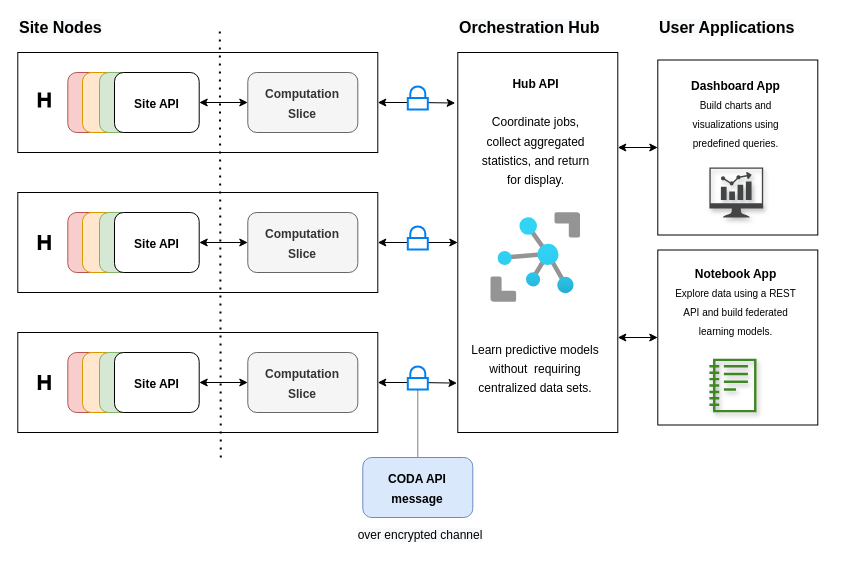
Before: drawio/data-aggregation.drawio in coda-platform/charts-and-figures, a draw.io diagram. Source tidied: cells renumbered, new cells numbered last; positions are measured from the earlier drawing's top-left corner, leaving out a move shared by most shapes. Both pictures are drawn from the tidied source at 100%, with x=0, y=0 at pixel (17, 17).
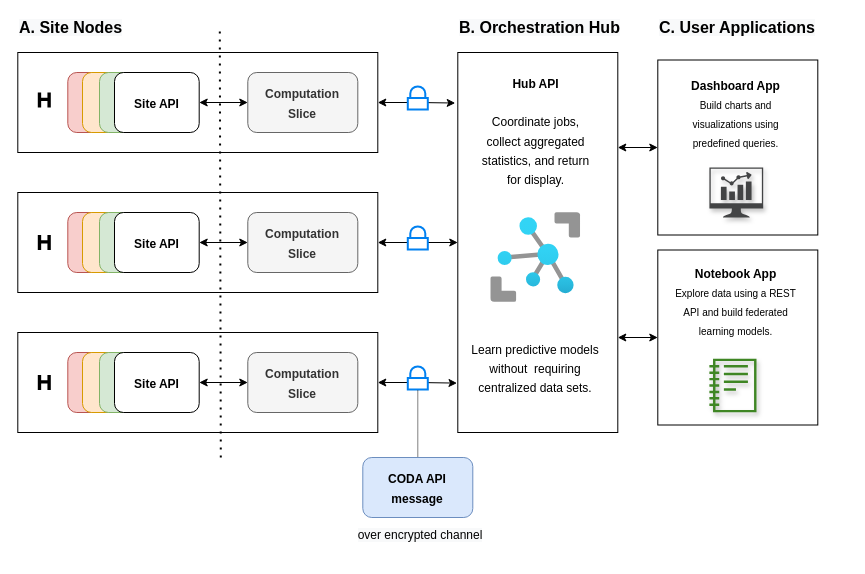
The same diagram, later.

The edit, as a diff of the source:
```diff
@@
-    <mxCell id="23" value="&lt;b style=&quot;color: rgb(0 , 0 , 0) ; font-family: &amp;#34;helvetica&amp;#34; ; font-size: 16px ; font-style: normal ; letter-spacing: normal ; text-indent: 0px ; text-transform: none ; word-spacing: 0px ; background-color: rgb(248 , 249 , 250)&quot;&gt;Orchestration Hub&lt;/b&gt;" style="text;html=1;strokeColor=none;fillColor=none;align=left;verticalAlign=middle;whiteSpace=wrap;rounded=0;fontSize=16;" parent="1" vertex="1">
+    <mxCell id="23" value="&lt;b style=&quot;color: rgb(0 , 0 , 0) ; font-family: &amp;quot;helvetica&amp;quot; ; font-size: 16px ; font-style: normal ; letter-spacing: normal ; text-indent: 0px ; text-transform: none ; word-spacing: 0px ; background-color: rgb(248 , 249 , 250)&quot;&gt;B. Orchestration Hub&lt;/b&gt;" style="text;html=1;strokeColor=none;fillColor=none;align=left;verticalAlign=middle;whiteSpace=wrap;rounded=0;fontSize=16;" parent="1" vertex="1">
       <mxGeometry x="440.3" width="190" height="20" as="geometry" />
     </mxCell>
@@
-    <mxCell id="37" value="&lt;b style=&quot;color: rgb(0 , 0 , 0) ; font-family: &amp;quot;helvetica&amp;quot; ; font-size: 16px ; font-style: normal ; letter-spacing: normal ; text-indent: 0px ; text-transform: none ; word-spacing: 0px ; background-color: rgb(248 , 249 , 250)&quot;&gt;User Applications&lt;/b&gt;" style="text;html=1;strokeColor=none;fillColor=none;align=left;verticalAlign=middle;whiteSpace=wrap;rounded=0;fontSize=16;" parent="1" vertex="1">
+    <mxCell id="37" value="&lt;b style=&quot;color: rgb(0 , 0 , 0) ; font-family: &amp;quot;helvetica&amp;quot; ; font-size: 16px ; font-style: normal ; letter-spacing: normal ; text-indent: 0px ; text-transform: none ; word-spacing: 0px ; background-color: rgb(248 , 249 , 250)&quot;&gt;C. User Applications&lt;/b&gt;" style="text;html=1;strokeColor=none;fillColor=none;align=left;verticalAlign=middle;whiteSpace=wrap;rounded=0;fontSize=16;" parent="1" vertex="1">
       <mxGeometry x="640.3" width="190" height="20" as="geometry" />
     </mxCell>
@@
-    <mxCell id="41" value="&lt;b style=&quot;color: rgb(0, 0, 0); font-family: helvetica; font-size: 16px; font-style: normal; letter-spacing: normal; text-indent: 0px; text-transform: none; word-spacing: 0px; background-color: rgb(248, 249, 250);&quot;&gt;Site Nodes&lt;/b&gt;" style="text;html=1;strokeColor=none;fillColor=none;align=left;verticalAlign=middle;whiteSpace=wrap;rounded=0;fontSize=16;" parent="1" vertex="1">
+    <mxCell id="41" value="&lt;b style=&quot;color: rgb(0, 0, 0); font-family: helvetica; font-size: 16px; font-style: normal; letter-spacing: normal; text-indent: 0px; text-transform: none; word-spacing: 0px; background-color: rgb(248, 249, 250);&quot;&gt;A. Site Nodes&lt;/b&gt;" style="text;html=1;strokeColor=none;fillColor=none;align=left;verticalAlign=middle;whiteSpace=wrap;rounded=0;fontSize=16;" parent="1" vertex="1">
       <mxGeometry width="190" height="20" as="geometry" />
     </mxCell>
```
